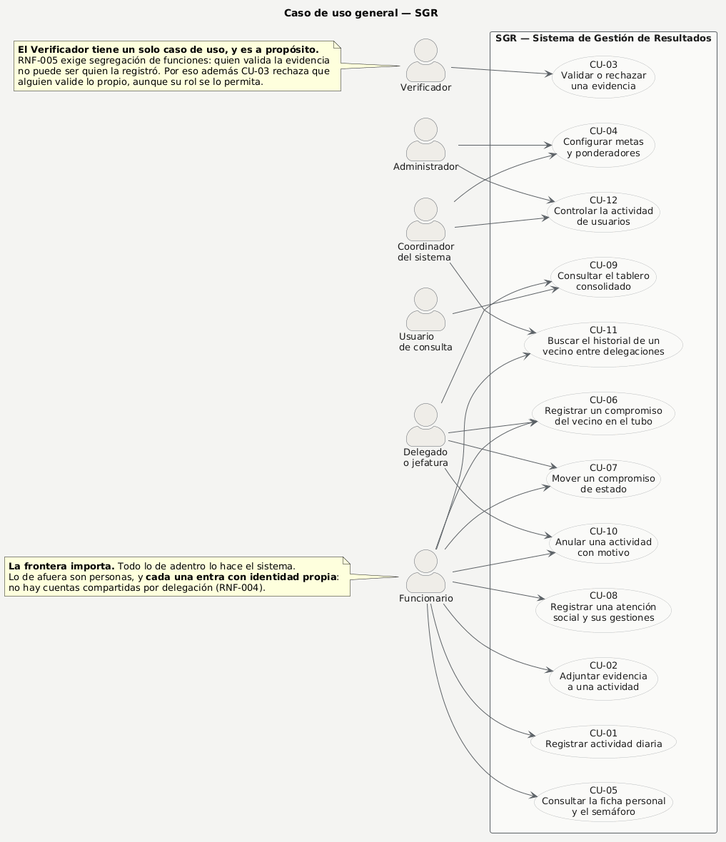
Earlier version of the PlantUML export docs/entrega/puml/09-casos-uso-general.png (TIbacache/matriz-sgr). The source it was exported from:
```plantuml
@startuml
title Caso de uso general — SGR

skinparam backgroundColor #F4F4F2
skinparam shadowing false
skinparam defaultFontName Arial
skinparam defaultFontSize 13
skinparam ArrowColor #5B6166
skinparam ArrowFontColor #5B6166
skinparam ArrowFontSize 11
skinparam actorStyle awesome
skinparam actor {
  BackgroundColor #EFEDE8
  BorderColor #5B6166
  FontColor #1A1A1A
}
skinparam usecase {
  BackgroundColor #FFFFFF
  BorderColor #B9BDBF
  FontColor #1A1A1A
}
skinparam rectangle {
  BackgroundColor #FAFAF8
  BorderColor #5B6166
  FontColor #1A1A1A
  FontStyle bold
}

left to right direction

actor "Funcionario" as FUN
actor "Verificador" as VER
actor "Delegado\no jefatura" as DEL
actor "Coordinador\ndel sistema" as COO
actor "Administrador" as ADM
actor "Usuario\nde consulta" as CON

rectangle "SGR — Sistema de Gestión de Resultados" {
  usecase "CU-01\nRegistrar actividad diaria" as CU01
  usecase "CU-02\nAdjuntar evidencia\na una actividad" as CU02
  usecase "CU-03\nValidar o rechazar\nuna evidencia" as CU03
  usecase "CU-04\nConfigurar metas\ny ponderadores" as CU04
  usecase "CU-05\nConsultar la ficha personal\ny el semáforo" as CU05
  usecase "CU-06\nRegistrar un compromiso\ndel vecino en el tubo" as CU06
  usecase "CU-07\nMover un compromiso\nde estado" as CU07
  usecase "CU-08\nRegistrar una atención\nsocial y sus gestiones" as CU08
  usecase "CU-09\nConsultar el tablero\nconsolidado" as CU09
  usecase "CU-10\nAnular una actividad\ncon motivo" as CU10
  usecase "CU-11\nBuscar el historial de un\nvecino entre delegaciones" as CU11
  usecase "CU-12\nControlar la actividad\nde usuarios" as CU12
}

FUN --> CU01
FUN --> CU02
FUN --> CU05
FUN --> CU06
FUN --> CU07
FUN --> CU08
FUN --> CU10
FUN --> CU11

VER --> CU03

DEL --> CU06
DEL --> CU07
DEL --> CU09
DEL --> CU10

COO --> CU04
COO --> CU11
COO --> CU12

ADM --> CU04
ADM --> CU12

CON --> CU09

note as N1
  **La frontera importa.** Todo lo de adentro lo hace el sistema.
  Lo de afuera son personas, y **cada una entra con identidad propia**:
  no hay cuentas compartidas por delegación (RNF-004).
end note

note as N2
  **El Verificador tiene un solo caso de uso, y es a propósito.**
  RNF-005 exige segregación de funciones: quien valida la evidencia
  no puede ser quien la registró. Por eso además CU-03 rechaza que
  alguien valide lo propio, aunque su rol se lo permita.
end note

N1 .. FUN
N2 .. VER
@enduml
```
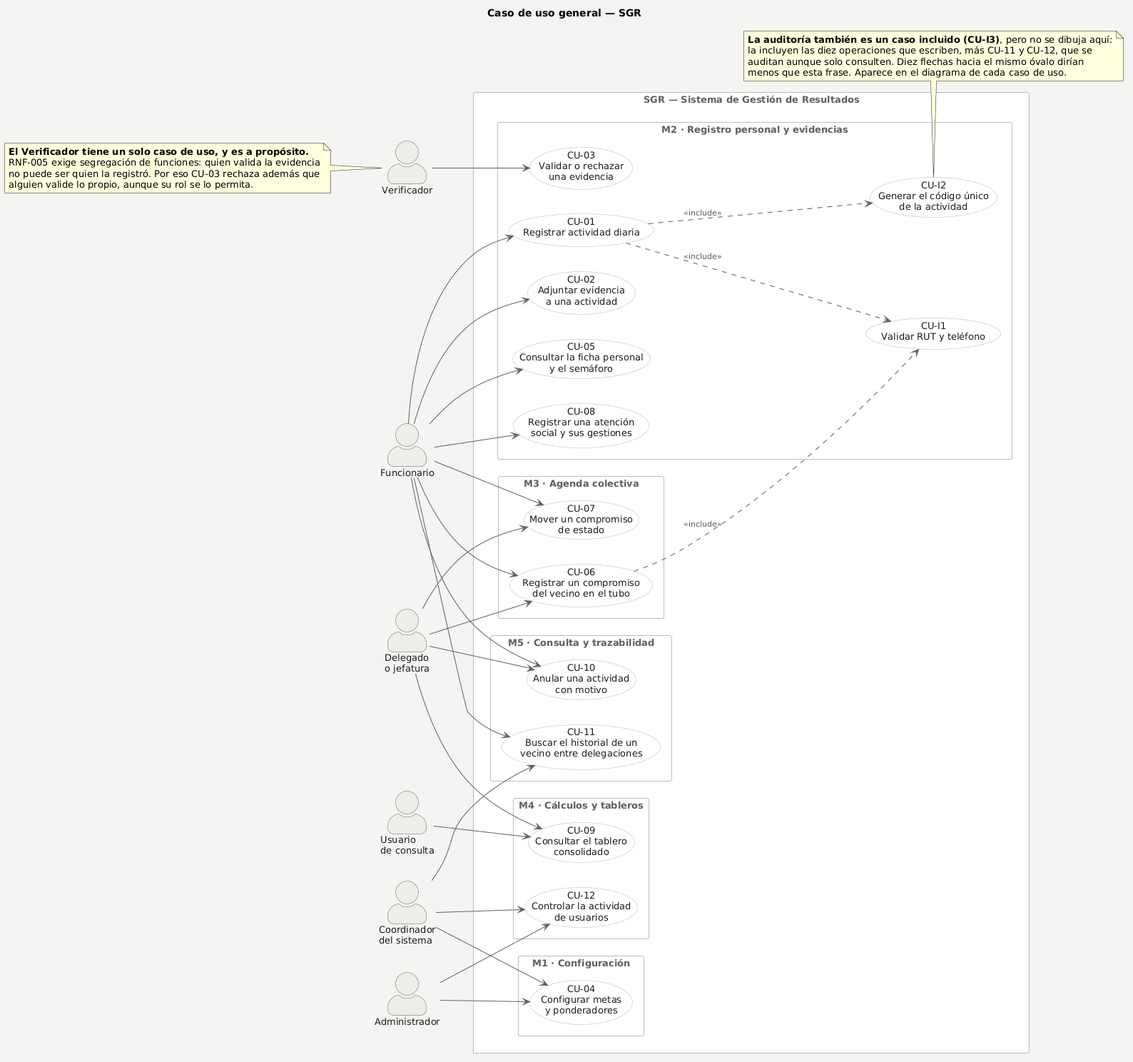
The same diagram one commit later.

Commit message:
docs(entrega): criterio 3 - el caso de uso general queda revisado y corregido

Change to the diagram source:
```diff
@@ -21,9 +21,8 @@
 }
 skinparam rectangle {
   BackgroundColor #FAFAF8
-  BorderColor #5B6166
-  FontColor #1A1A1A
-  FontStyle bold
+  BorderColor #B9BDBF
+  FontColor #5B6166
 }
 
 left to right direction
@@ -35,19 +34,36 @@
 actor "Administrador" as ADM
 actor "Usuario\nde consulta" as CON
 
-rectangle "SGR — Sistema de Gestión de Resultados" {
-  usecase "CU-01\nRegistrar actividad diaria" as CU01
-  usecase "CU-02\nAdjuntar evidencia\na una actividad" as CU02
-  usecase "CU-03\nValidar o rechazar\nuna evidencia" as CU03
-  usecase "CU-04\nConfigurar metas\ny ponderadores" as CU04
-  usecase "CU-05\nConsultar la ficha personal\ny el semáforo" as CU05
-  usecase "CU-06\nRegistrar un compromiso\ndel vecino en el tubo" as CU06
-  usecase "CU-07\nMover un compromiso\nde estado" as CU07
-  usecase "CU-08\nRegistrar una atención\nsocial y sus gestiones" as CU08
-  usecase "CU-09\nConsultar el tablero\nconsolidado" as CU09
-  usecase "CU-10\nAnular una actividad\ncon motivo" as CU10
-  usecase "CU-11\nBuscar el historial de un\nvecino entre delegaciones" as CU11
-  usecase "CU-12\nControlar la actividad\nde usuarios" as CU12
+rectangle "**SGR — Sistema de Gestión de Resultados**" #FFFFFF {
+
+  rectangle "M2 · Registro personal y evidencias" as M2 {
+    usecase "CU-01\nRegistrar actividad diaria" as CU01
+    usecase "CU-02\nAdjuntar evidencia\na una actividad" as CU02
+    usecase "CU-03\nValidar o rechazar\nuna evidencia" as CU03
+    usecase "CU-05\nConsultar la ficha personal\ny el semáforo" as CU05
+    usecase "CU-08\nRegistrar una atención\nsocial y sus gestiones" as CU08
+    usecase "CU-I1\nValidar RUT y teléfono" as CUI1
+    usecase "CU-I2\nGenerar el código único\nde la actividad" as CUI2
+  }
+
+  rectangle "M3 · Agenda colectiva" as M3 {
+    usecase "CU-06\nRegistrar un compromiso\ndel vecino en el tubo" as CU06
+    usecase "CU-07\nMover un compromiso\nde estado" as CU07
+  }
+
+  rectangle "M4 · Cálculos y tableros" as M4 {
+    usecase "CU-09\nConsultar el tablero\nconsolidado" as CU09
+    usecase "CU-12\nControlar la actividad\nde usuarios" as CU12
+  }
+
+  rectangle "M1 · Configuración" as M1 {
+    usecase "CU-04\nConfigurar metas\ny ponderadores" as CU04
+  }
+
+  rectangle "M5 · Consulta y trazabilidad" as M5 {
+    usecase "CU-10\nAnular una actividad\ncon motivo" as CU10
+    usecase "CU-11\nBuscar el historial de un\nvecino entre delegaciones" as CU11
+  }
 }
 
 FUN --> CU01
@@ -75,19 +91,21 @@
 
 CON --> CU09
 
-note as N1
-  **La frontera importa.** Todo lo de adentro lo hace el sistema.
-  Lo de afuera son personas, y **cada una entra con identidad propia**:
-  no hay cuentas compartidas por delegación (RNF-004).
+CU01 ..> CUI1 : <<include>>
+CU06 ..> CUI1 : <<include>>
+CU01 ..> CUI2 : <<include>>
+
+note bottom of CUI2
+  **La auditoría también es un caso incluido (CU-I3)**, pero no se dibuja aquí:
+  la incluyen las diez operaciones que escriben, más CU-11 y CU-12, que se
+  auditan aunque solo consulten. Diez flechas hacia el mismo óvalo dirían
+  menos que esta frase. Aparece en el diagrama de cada caso de uso.
 end note
 
-note as N2
+note left of VER
   **El Verificador tiene un solo caso de uso, y es a propósito.**
   RNF-005 exige segregación de funciones: quien valida la evidencia
-  no puede ser quien la registró. Por eso además CU-03 rechaza que
+  no puede ser quien la registró. Por eso CU-03 rechaza además que
   alguien valide lo propio, aunque su rol se lo permita.
 end note
-
-N1 .. FUN
-N2 .. VER
 @enduml
```
